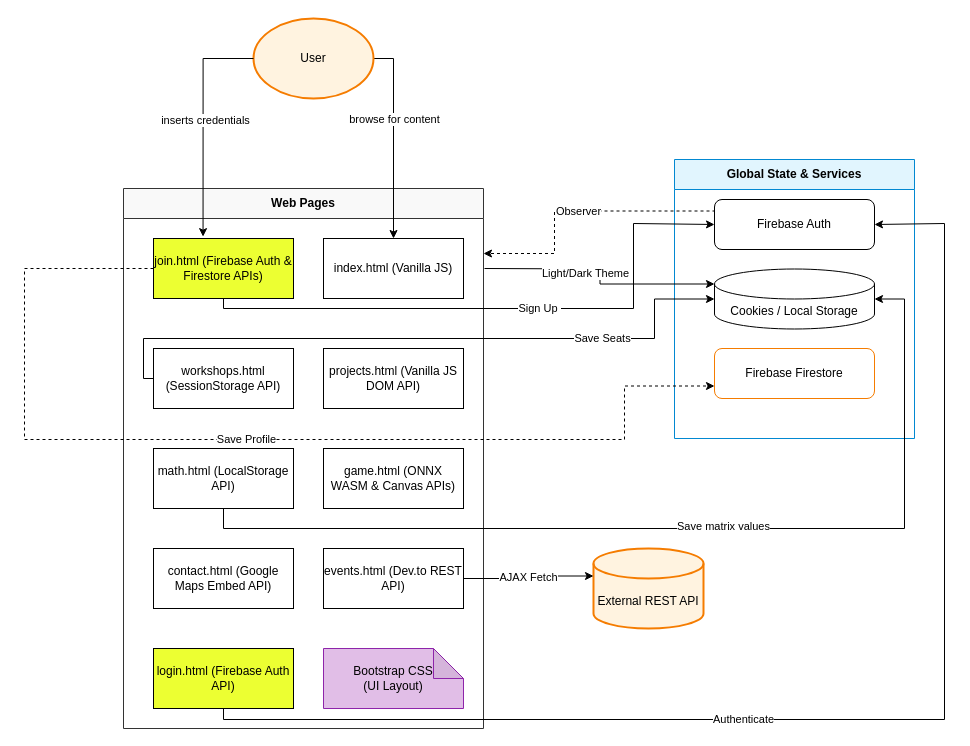
Above: architecture.drawio in khoryz666/logicklub.pages.dev (draw.io), before the change. Source tidied: cells renumbered, new cells numbered last; positions are measured from the earlier drawing's top-left corner, leaving out a move shared by most shapes. Both pictures are drawn from the tidied source at 100%, with x=0, y=0 at pixel (24, 18).
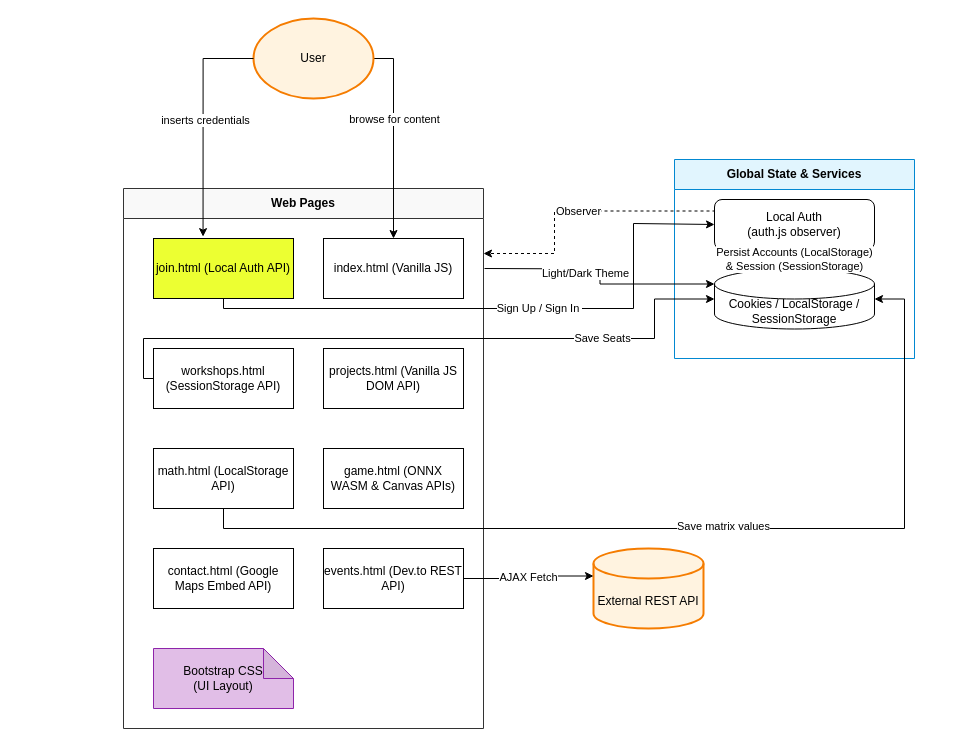
Above is the later version.

Commit message:
docs(architecture): reflect Firebase removal in diagram

Firebase Auth/Firestore nodes replaced with the local auth.js module
persisting to LocalStorage/SessionStorage; dropped the stale login.html
node (sign-in has always been a mode of join.html, not a separate page).

Unchanged cells that the change refers to:
```xml
<mxCell id="6" value="Web Pages" style="swimlane;whiteSpace=wrap;html=1;fillColor=#f9f9f9;strokeColor=#333333;startSize=30;" parent="1" vertex="1">
  <mxGeometry x="99" y="170" width="360" height="540" as="geometry" />
</mxCell>
```

What changed in the source:
```diff
@@
     <mxCell id="2" value="Global State &amp; Services" style="swimlane;whiteSpace=wrap;html=1;fillColor=#e1f5fe;strokeColor=#0288d1;startSize=30;" parent="1" vertex="1">
-      <mxGeometry x="650" y="141" width="240" height="279" as="geometry" />
+      <mxGeometry x="650" y="141" width="240" height="199" as="geometry" />
     </mxCell>
-    <mxCell id="3" value="Firebase Auth" style="rounded=1;whiteSpace=wrap;html=1;fillColor=#ffffff;" parent="2" vertex="1">
+    <mxCell id="3" value="Local Auth&#10;(auth.js observer)" style="rounded=1;whiteSpace=wrap;html=1;fillColor=#ffffff;" parent="2" vertex="1">
       <mxGeometry x="40" y="40" width="160" height="50" as="geometry" />
     </mxCell>
-    <mxCell id="4" value="Cookies / Local Storage" style="shape=cylinder3;whiteSpace=wrap;html=1;boundedLbl=1;backgroundOutline=1;size=15;fillColor=#ffffff;" parent="2" vertex="1">
+    <mxCell id="4" value="Cookies / LocalStorage /&#10;SessionStorage" style="shape=cylinder3;whiteSpace=wrap;html=1;boundedLbl=1;backgroundOutline=1;size=15;fillColor=#ffffff;" parent="2" vertex="1">
       <mxGeometry x="40" y="109.5" width="160" height="60" as="geometry" />
     </mxCell>
-    <mxCell id="5" value="Firebase Firestore" style="rounded=1;whiteSpace=wrap;html=1;fillColor=#ffffff;strokeColor=#f57c00;" parent="2" vertex="1">
-      <mxGeometry x="40" y="189" width="160" height="50" as="geometry" />
-    </mxCell>
@@
-    <mxCell id="7" value="join.html&amp;#xa;(Firebase Auth &amp;amp; Firestore APIs)" style="rounded=0;whiteSpace=wrap;html=1;fillColor=#ECFF32;" parent="6" vertex="1">
+    <mxCell id="7" value="join.html&amp;#xa;(Local Auth API)" style="rounded=0;whiteSpace=wrap;html=1;fillColor=#ECFF32;" parent="6" vertex="1">
       <mxGeometry x="30" y="50" width="140" height="60" as="geometry" />
     </mxCell>
@@
-    <mxCell id="15" value="login.html&amp;#xa;(Firebase Auth API)" style="rounded=0;whiteSpace=wrap;html=1;fillColor=#ECFF32;" parent="6" vertex="1">
-      <mxGeometry x="30" y="460" width="140" height="60" as="geometry" />
-    </mxCell>
     <mxCell id="16" value="Bootstrap CSS&#10;(UI Layout)" style="shape=note;whiteSpace=wrap;html=1;backgroundOutline=1;darkOpacity=0.05;fillColor=#e1bee7;strokeColor=#8e24aa;" parent="6" vertex="1">
-      <mxGeometry x="200" y="460" width="140" height="60" as="geometry" />
+      <mxGeometry x="30" y="460" width="140" height="60" as="geometry" />
     </mxCell>
@@
-    <mxCell id="21" value="&lt;div&gt;Sign Up&amp;nbsp;&lt;/div&gt;" style="edgeStyle=orthogonalEdgeStyle;rounded=0;html=1;exitX=0.5;exitY=1;exitDx=0;exitDy=0;entryX=0;entryY=0.5;entryDx=0;entryDy=0;" parent="1" edge="1" source="7" target="3">
+    <mxCell id="21" value="&lt;div&gt;Sign Up / Sign In&amp;nbsp;&lt;/div&gt;" style="edgeStyle=orthogonalEdgeStyle;rounded=0;html=1;exitX=0.5;exitY=1;exitDx=0;exitDy=0;entryX=0;entryY=0.5;entryDx=0;entryDy=0;" parent="1" edge="1" source="7" target="3">
       <mxGeometry x="0.11" relative="1" as="geometry">
         <Array as="points">
           <mxPoint x="199" y="290" />
           <mxPoint x="609" y="290" />
           <mxPoint x="609" y="205" />
         </Array>
         <mxPoint x="1" as="offset" />
       </mxGeometry>
     </mxCell>
@@
-    <mxCell id="27" value="Save Profile" style="edgeStyle=orthogonalEdgeStyle;rounded=0;html=1;dashed=1;entryX=0;entryY=0.75;entryDx=0;entryDy=0;" parent="1" edge="1" source="7" target="5">
-      <mxGeometry relative="1" as="geometry">
-        <Array as="points">
-          <mxPoint y="250" />
-          <mxPoint y="421" />
-          <mxPoint x="600" y="421" />
-          <mxPoint x="600" y="367.5" />
-        </Array>
-      </mxGeometry>
-    </mxCell>
-    <mxCell id="28" value="Authenticate" style="edgeStyle=orthogonalEdgeStyle;rounded=0;html=1;entryX=1;entryY=0.5;entryDx=0;entryDy=0;" parent="1" edge="1" source="15" target="3">
-      <mxGeometry x="-0.18" relative="1" as="geometry">
-        <Array as="points">
-          <mxPoint x="199" y="701" />
-          <mxPoint x="920" y="701" />
-          <mxPoint x="920" y="205" />
-        </Array>
-        <mxPoint x="-1" as="offset" />
-      </mxGeometry>
-    </mxCell>
+    <mxCell id="33" value="Persist Accounts (LocalStorage)&#10;&amp; Session (SessionStorage)" style="edgeStyle=orthogonalEdgeStyle;rounded=0;html=1;dashed=1;exitX=0.5;exitY=1;exitDx=0;exitDy=0;entryX=0.5;entryY=0;entryDx=0;entryDy=0;" parent="1" edge="1" source="3" target="4">
+      <mxGeometry relative="1" as="geometry" />
+    </mxCell>
```
